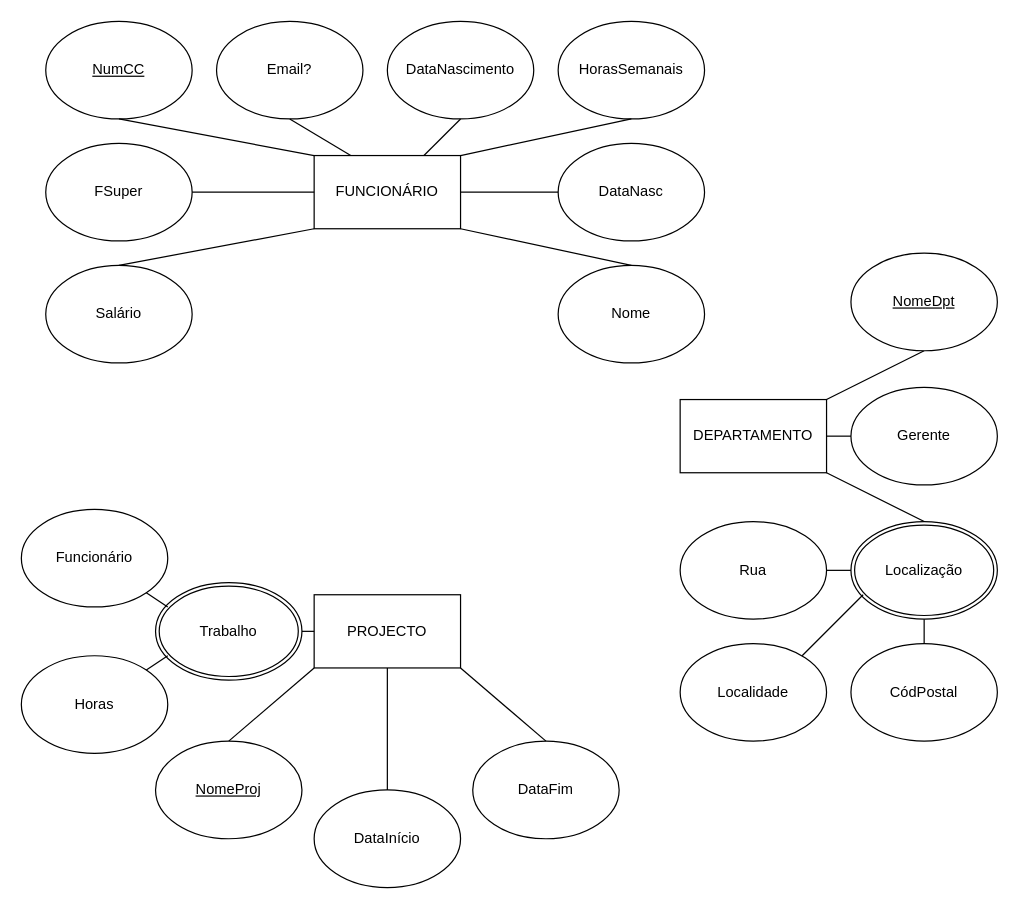
The draw.io diagram BD_Empresa.drawio in dabiditos/SistemasDeBasesDeDados, before the edit. Source tidied: cells renumbered, new cells numbered last; positions are measured from the earlier drawing's top-left corner, leaving out a move shared by most shapes. Both pictures are drawn from the tidied source at 122%, with x=0, y=0 at pixel (21, 21).
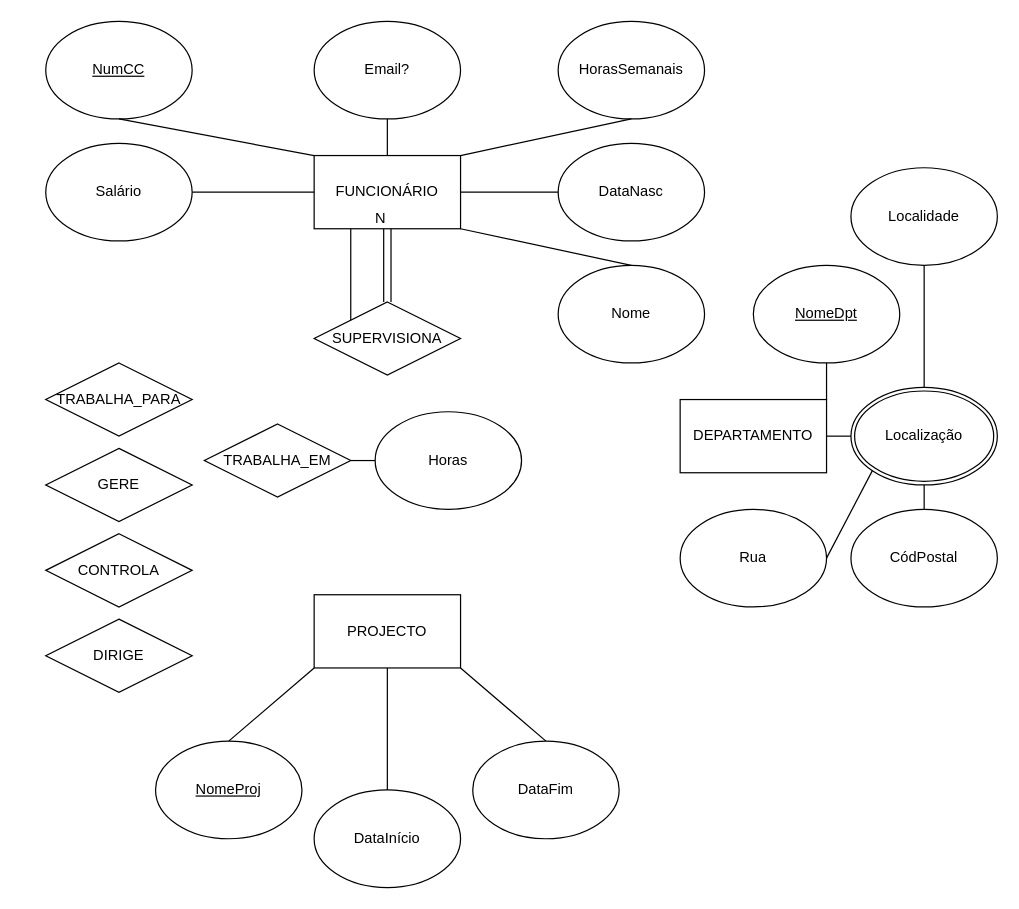
The same diagram, later.

Unchanged cells that the change refers to:
```xml
<mxCell id="2" value="FUNCIONÁRIO" style="rounded=0;whiteSpace=wrap;html=1;" parent="1" vertex="1">
  <mxGeometry x="240" y="110" width="120" height="60" as="geometry" />
</mxCell>
<mxCell id="11" value="DEPARTAMENTO" style="rounded=0;whiteSpace=wrap;html=1;" parent="1" vertex="1">
  <mxGeometry x="540" y="310" width="120" height="60" as="geometry" />
</mxCell>
<mxCell id="15" value="PROJECTO" style="rounded=0;whiteSpace=wrap;html=1;" parent="1" vertex="1">
  <mxGeometry x="240" y="470" width="120" height="60" as="geometry" />
</mxCell>
```

What changed in the source:
```diff
@@
     <mxCell id="4" value="Email?" style="ellipse;whiteSpace=wrap;html=1;" parent="1" vertex="1">
-      <mxGeometry x="160" width="120" height="80" as="geometry" />
+      <mxGeometry x="240" width="120" height="80" as="geometry" />
     </mxCell>
-    <mxCell id="5" value="DataNascimento" style="ellipse;whiteSpace=wrap;html=1;" parent="1" vertex="1">
-      <mxGeometry x="300" width="120" height="80" as="geometry" />
-    </mxCell>
@@
-    <mxCell id="8" style="endArrow=none;html=1;rounded=0;entryX=0.5;entryY=1;entryDx=0;entryDy=0;" parent="1" edge="1" target="4">
-      <mxGeometry relative="1" as="geometry">
-        <mxPoint x="270" y="110" as="sourcePoint" />
-      </mxGeometry>
+    <mxCell id="8" style="endArrow=none;html=1;rounded=0;entryX=0.5;entryY=1;entryDx=0;entryDy=0;exitX=0.5;exitY=0;exitDx=0;exitDy=0;" parent="1" edge="1" source="2" target="4">
+      <mxGeometry relative="1" as="geometry" />
     </mxCell>
@@
-    <mxCell id="10" style="endArrow=none;html=1;rounded=0;entryX=0.5;entryY=1;entryDx=0;entryDy=0;" parent="1" edge="1" target="5">
-      <mxGeometry relative="1" as="geometry">
-        <mxPoint x="330" y="110" as="sourcePoint" />
-      </mxGeometry>
-    </mxCell>
@@
     <mxCell id="13" value="&lt;u&gt;NomeDpt&lt;/u&gt;" style="ellipse;whiteSpace=wrap;html=1;" parent="1" vertex="1">
-      <mxGeometry x="680" y="190" width="120" height="80" as="geometry" />
+      <mxGeometry x="600" y="200" width="120" height="80" as="geometry" />
     </mxCell>
-    <mxCell id="14" style="endArrow=none;html=1;rounded=0;entryX=0.5;entryY=0;entryDx=0;entryDy=0;exitX=1;exitY=1;exitDx=0;exitDy=0;" parent="1" edge="1" source="11">
-      <mxGeometry relative="1" as="geometry">
-        <mxPoint x="740" y="410" as="targetPoint" />
-      </mxGeometry>
+    <mxCell id="14" style="endArrow=none;html=1;rounded=0;exitX=1;exitY=0.5;exitDx=0;exitDy=0;entryX=0;entryY=0.5;entryDx=0;entryDy=0;" parent="1" edge="1" source="11" target="22">
+      <mxGeometry relative="1" as="geometry" />
     </mxCell>
@@
     <mxCell id="22" value="Localização" style="ellipse;shape=doubleEllipse;margin=3;whiteSpace=wrap;html=1;align=center;" parent="1" vertex="1">
-      <mxGeometry x="680" y="410" width="120" height="80" as="geometry" />
+      <mxGeometry x="680" y="300" width="120" height="80" as="geometry" />
     </mxCell>
-    <mxCell id="23" value="FSuper" style="ellipse;whiteSpace=wrap;html=1;" parent="1" vertex="1">
-      <mxGeometry x="20" y="100" width="120" height="80" as="geometry" />
-    </mxCell>
-    <mxCell id="24" style="endArrow=none;html=1;rounded=0;exitX=1;exitY=0.5;exitDx=0;exitDy=0;" parent="1" edge="1" source="23">
-      <mxGeometry relative="1" as="geometry">
-        <mxPoint x="240" y="140" as="targetPoint" />
-      </mxGeometry>
-    </mxCell>
@@
-    <mxCell id="27" style="endArrow=none;html=1;rounded=0;exitX=0.5;exitY=0;exitDx=0;exitDy=0;" parent="1" edge="1" source="28">
-      <mxGeometry relative="1" as="geometry">
-        <mxPoint x="240" y="170" as="targetPoint" />
-      </mxGeometry>
+    <mxCell id="27" style="endArrow=none;html=1;rounded=0;exitX=1;exitY=0.5;exitDx=0;exitDy=0;entryX=0;entryY=0.5;entryDx=0;entryDy=0;" parent="1" edge="1" source="28" target="2">
+      <mxGeometry relative="1" as="geometry" />
     </mxCell>
     <mxCell id="28" value="Salário" style="ellipse;whiteSpace=wrap;html=1;" parent="1" vertex="1">
-      <mxGeometry x="20" y="200" width="120" height="80" as="geometry" />
+      <mxGeometry x="20" y="100" width="120" height="80" as="geometry" />
     </mxCell>
@@
-    <mxCell id="31" value="Gerente" style="ellipse;whiteSpace=wrap;html=1;" parent="1" vertex="1">
-      <mxGeometry x="680" y="300" width="120" height="80" as="geometry" />
-    </mxCell>
-    <mxCell id="32" style="endArrow=none;html=1;rounded=0;entryX=0;entryY=0.5;entryDx=0;entryDy=0;" parent="1" edge="1" target="31">
-      <mxGeometry relative="1" as="geometry">
-        <mxPoint x="660" y="340" as="sourcePoint" />
-      </mxGeometry>
-    </mxCell>
     <mxCell id="33" value="CódPostal" style="ellipse;whiteSpace=wrap;html=1;" parent="1" vertex="1">
-      <mxGeometry x="680" y="510" width="120" height="80" as="geometry" />
+      <mxGeometry x="680" y="400" width="120" height="80" as="geometry" />
     </mxCell>
     <mxCell id="34" value="Localidade" style="ellipse;whiteSpace=wrap;html=1;" parent="1" vertex="1">
-      <mxGeometry x="540" y="510" width="120" height="80" as="geometry" />
+      <mxGeometry x="680" y="120" width="120" height="80" as="geometry" />
     </mxCell>
     <mxCell id="35" value="Rua" style="ellipse;whiteSpace=wrap;html=1;" parent="1" vertex="1">
-      <mxGeometry x="540" y="410" width="120" height="80" as="geometry" />
+      <mxGeometry x="540" y="400" width="120" height="80" as="geometry" />
     </mxCell>
-    <mxCell id="36" style="endArrow=none;html=1;rounded=0;" parent="1" edge="1">
+    <mxCell id="36" style="endArrow=none;html=1;rounded=0;entryX=0.5;entryY=1;entryDx=0;entryDy=0;" parent="1" edge="1" target="34">
       <mxGeometry relative="1" as="geometry">
-        <mxPoint x="640" y="520" as="sourcePoint" />
-        <mxPoint x="690" y="470" as="targetPoint" />
+        <mxPoint x="740" y="300" as="sourcePoint" />
       </mxGeometry>
     </mxCell>
-    <mxCell id="37" style="endArrow=none;html=1;rounded=0;entryX=0;entryY=0.5;entryDx=0;entryDy=0;" parent="1" edge="1" target="22">
-      <mxGeometry relative="1" as="geometry">
-        <mxPoint x="660" y="450" as="sourcePoint" />
-      </mxGeometry>
+    <mxCell id="37" style="endArrow=none;html=1;rounded=0;entryX=0;entryY=1;entryDx=0;entryDy=0;exitX=1;exitY=0.5;exitDx=0;exitDy=0;" parent="1" edge="1" source="35" target="22">
+      <mxGeometry relative="1" as="geometry" />
     </mxCell>
     <mxCell id="38" style="endArrow=none;html=1;rounded=0;entryX=0.5;entryY=1;entryDx=0;entryDy=0;" parent="1" edge="1" target="22">
       <mxGeometry relative="1" as="geometry">
-        <mxPoint x="740" y="510" as="sourcePoint" />
+        <mxPoint x="740" y="400" as="sourcePoint" />
       </mxGeometry>
     </mxCell>
-    <mxCell id="39" value="Trabalho" style="ellipse;shape=doubleEllipse;margin=3;whiteSpace=wrap;html=1;align=center;" parent="1" vertex="1">
-      <mxGeometry x="110" y="460" width="120" height="80" as="geometry" />
-    </mxCell>
-    <mxCell id="40" value="Funcionário" style="ellipse;whiteSpace=wrap;html=1;" parent="1" vertex="1">
-      <mxGeometry y="400" width="120" height="80" as="geometry" />
-    </mxCell>
+    <mxCell id="45" value="SUPERVISIONA" style="shape=rhombus;perimeter=rhombusPerimeter;whiteSpace=wrap;html=1;align=center;" parent="1" vertex="1">
+      <mxGeometry x="240" y="230" width="120" height="60" as="geometry" />
+    </mxCell>
+    <mxCell id="46" value="TRABALHA_PARA" style="shape=rhombus;perimeter=rhombusPerimeter;whiteSpace=wrap;html=1;align=center;" parent="1" vertex="1">
+      <mxGeometry x="20" y="280" width="120" height="60" as="geometry" />
+    </mxCell>
+    <mxCell id="47" value="GERE" style="shape=rhombus;perimeter=rhombusPerimeter;whiteSpace=wrap;html=1;align=center;" parent="1" vertex="1">
+      <mxGeometry x="20" y="350" width="120" height="60" as="geometry" />
+    </mxCell>
+    <mxCell id="48" value="CONTROLA" style="shape=rhombus;perimeter=rhombusPerimeter;whiteSpace=wrap;html=1;align=center;" parent="1" vertex="1">
+      <mxGeometry x="20" y="420" width="120" height="60" as="geometry" />
+    </mxCell>
+    <mxCell id="49" value="DIRIGE" style="shape=rhombus;perimeter=rhombusPerimeter;whiteSpace=wrap;html=1;align=center;" parent="1" vertex="1">
+      <mxGeometry x="20" y="490" width="120" height="60" as="geometry" />
+    </mxCell>
+    <mxCell id="50" value="TRABALHA_EM" style="shape=rhombus;perimeter=rhombusPerimeter;whiteSpace=wrap;html=1;align=center;" parent="1" vertex="1">
+      <mxGeometry x="150" y="330" width="120" height="60" as="geometry" />
+    </mxCell>
     <mxCell id="41" value="Horas" style="ellipse;whiteSpace=wrap;html=1;" parent="1" vertex="1">
-      <mxGeometry y="520" width="120" height="80" as="geometry" />
+      <mxGeometry x="290" y="320" width="120" height="80" as="geometry" />
     </mxCell>
-    <mxCell id="42" style="endArrow=none;html=1;rounded=0;entryX=1;entryY=1;entryDx=0;entryDy=0;" parent="1" edge="1" target="40">
-      <mxGeometry relative="1" as="geometry">
-        <mxPoint x="120" y="480" as="sourcePoint" />
-      </mxGeometry>
-    </mxCell>
-    <mxCell id="43" style="endArrow=none;html=1;rounded=0;exitX=1;exitY=0;exitDx=0;exitDy=0;" parent="1" edge="1" source="41">
-      <mxGeometry relative="1" as="geometry">
-        <mxPoint x="120" y="520" as="targetPoint" />
-      </mxGeometry>
-    </mxCell>
-    <mxCell id="44" style="endArrow=none;html=1;rounded=0;entryX=0;entryY=0.5;entryDx=0;entryDy=0;" parent="1" edge="1" target="15">
-      <mxGeometry relative="1" as="geometry">
-        <mxPoint x="230" y="500" as="sourcePoint" />
-      </mxGeometry>
-    </mxCell>
+    <mxCell id="51" style="endArrow=none;html=1;rounded=0;entryX=0;entryY=0.5;entryDx=0;entryDy=0;exitX=1;exitY=0.5;exitDx=0;exitDy=0;" parent="1" edge="1" source="50" target="41">
+      <mxGeometry relative="1" as="geometry" />
+    </mxCell>
+    <mxCell id="52" style="shape=link;html=1;rounded=0;exitX=0.5;exitY=0;exitDx=0;exitDy=0;entryX=0.5;entryY=1;entryDx=0;entryDy=0;width=6;" parent="1" edge="1" source="45" target="2">
+      <mxGeometry relative="1" as="geometry">
+        <Array as="points">
+          <mxPoint x="300" y="200" />
+        </Array>
+      </mxGeometry>
+    </mxCell>
+    <mxCell id="53" value="N" style="html=1;whiteSpace=wrap;align=right;verticalAlign=bottom;" parent="52" vertex="1">
+      <mxGeometry x="1" relative="1" as="geometry" />
+    </mxCell>
+    <mxCell id="54" style="endArrow=none;html=1;rounded=0;entryX=0.25;entryY=1;entryDx=0;entryDy=0;exitX=0;exitY=0;exitDx=0;exitDy=0;" parent="1" edge="1" source="45" target="2">
+      <mxGeometry relative="1" as="geometry" />
+    </mxCell>
```
